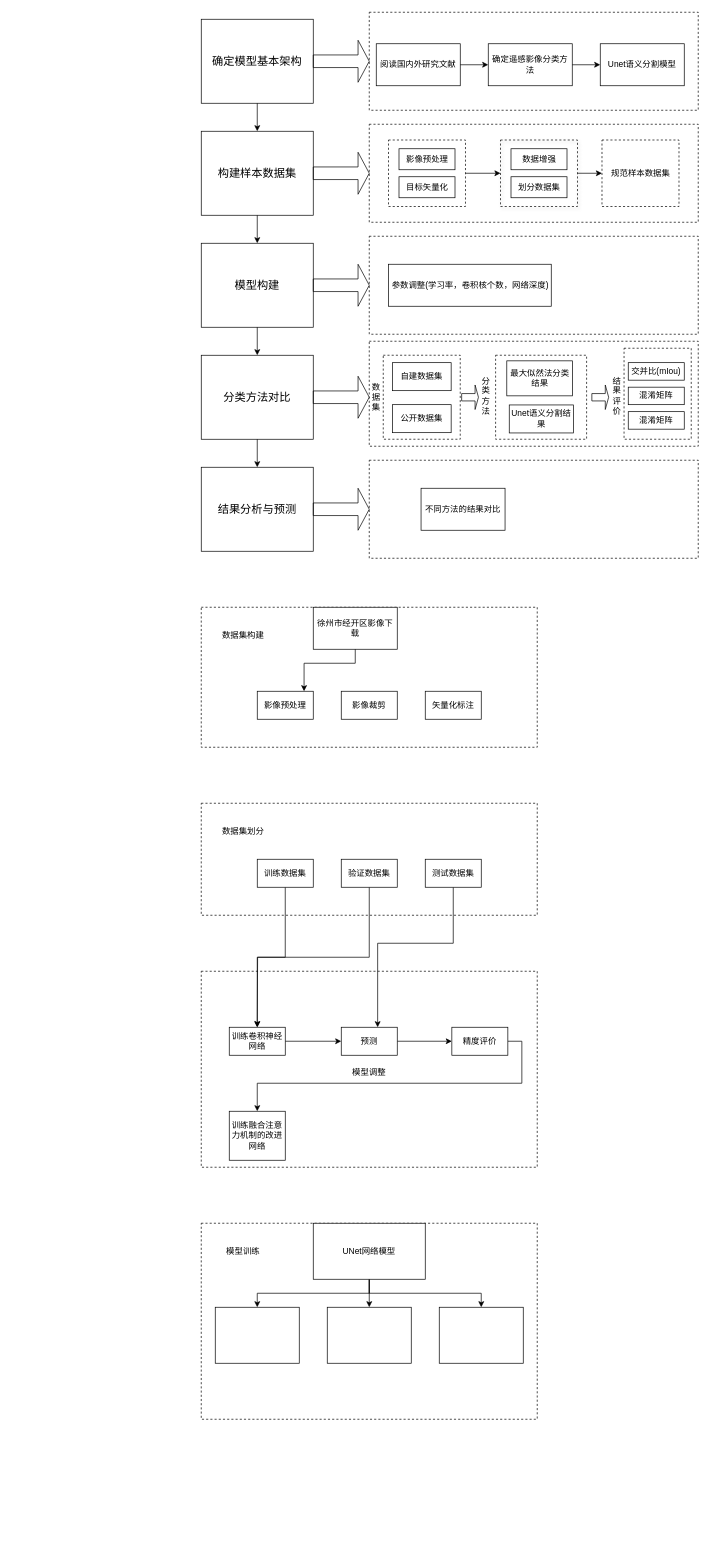
The draw.io diagram 流程图.drawio in postgraduate1/Unet, before the edit. Source tidied: cells renumbered, new cells numbered last; positions are measured from the earlier drawing's top-left corner, leaving out a move shared by most shapes. Both pictures are drawn from the tidied source at 70%, with x=0, y=0 at pixel (201, 12).
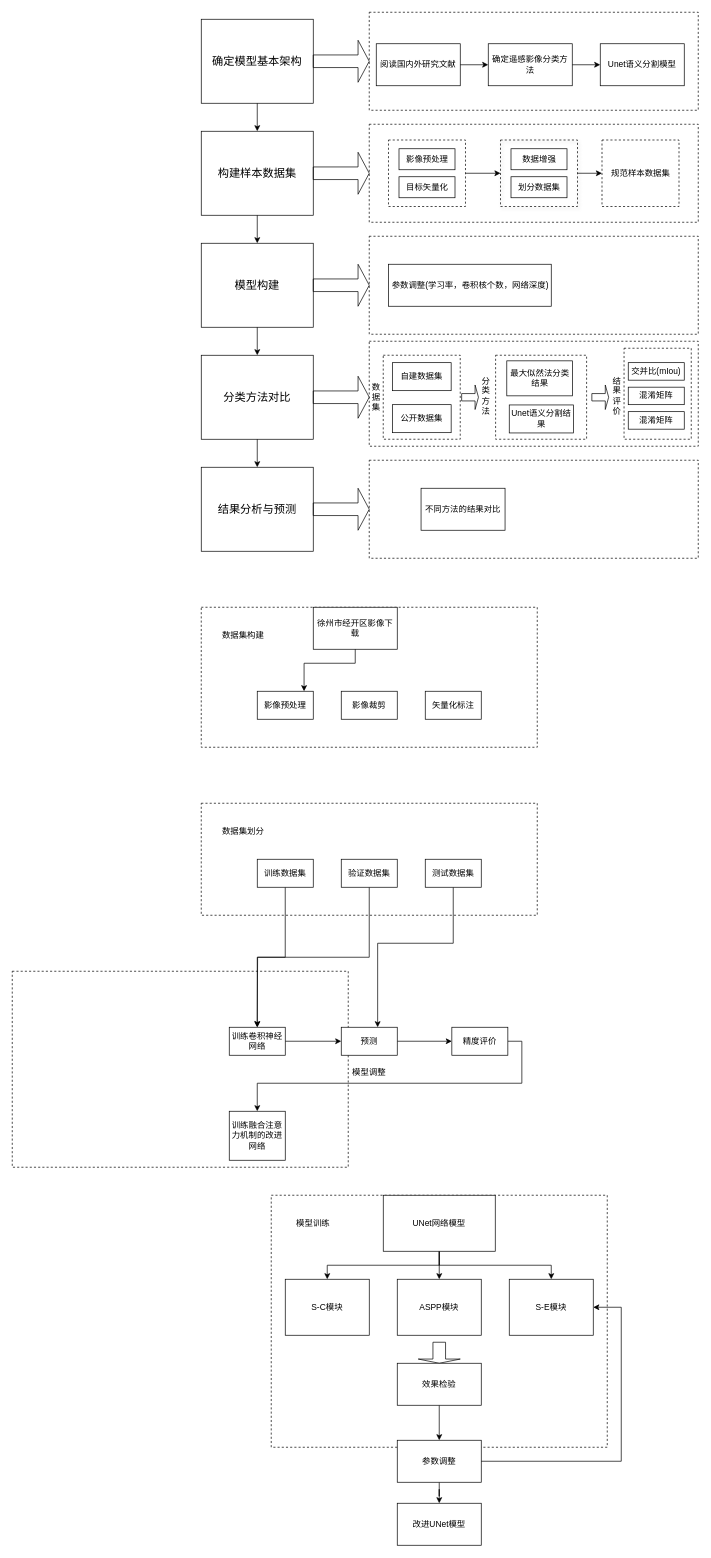
Above is the later version.

Commit message:
更新流程图.drawio

Change to the diagram source:
```diff
@@
     <mxCell id="2" style="rounded=0;whiteSpace=wrap;html=1;dashed=1;fillColor=none;" parent="1" vertex="1">
-      <mxGeometry y="1370" width="480" height="280" as="geometry" />
+      <mxGeometry x="-270" y="1370" width="480" height="280" as="geometry" />
     </mxCell>
@@
     <mxCell id="76" style="rounded=0;whiteSpace=wrap;html=1;dashed=1;fillColor=none;" parent="1" vertex="1">
-      <mxGeometry y="1730" width="480" height="280" as="geometry" />
+      <mxGeometry x="100" y="1690" width="480" height="360" as="geometry" />
     </mxCell>
     <mxCell id="77" value="模型训练" style="text;html=1;strokeColor=none;fillColor=none;align=center;verticalAlign=middle;whiteSpace=wrap;rounded=0;" parent="1" vertex="1">
-      <mxGeometry y="1730" width="120" height="80" as="geometry" />
+      <mxGeometry x="100" y="1690" width="120" height="80" as="geometry" />
     </mxCell>
@@
     <mxCell id="81" value="UNet网络模型" style="rounded=0;whiteSpace=wrap;html=1;" parent="1" vertex="1">
-      <mxGeometry x="160" y="1730" width="160" height="80" as="geometry" />
+      <mxGeometry x="260" y="1690" width="160" height="80" as="geometry" />
     </mxCell>
-    <mxCell id="82" style="rounded=0;whiteSpace=wrap;html=1;" parent="1" vertex="1">
-      <mxGeometry x="180" y="1850" width="120" height="80" as="geometry" />
+    <mxCell id="82" value="ASPP模块" style="rounded=0;whiteSpace=wrap;html=1;" parent="1" vertex="1">
+      <mxGeometry x="280" y="1810" width="120" height="80" as="geometry" />
     </mxCell>
-    <mxCell id="83" style="rounded=0;whiteSpace=wrap;html=1;" parent="1" vertex="1">
-      <mxGeometry x="340" y="1850" width="120" height="80" as="geometry" />
+    <mxCell id="83" value="S-E模块" style="rounded=0;whiteSpace=wrap;html=1;" parent="1" vertex="1">
+      <mxGeometry x="440" y="1810" width="120" height="80" as="geometry" />
     </mxCell>
-    <mxCell id="84" style="rounded=0;whiteSpace=wrap;html=1;" parent="1" vertex="1">
-      <mxGeometry x="20" y="1850" width="120" height="80" as="geometry" />
+    <mxCell id="84" value="S-C模块" style="rounded=0;whiteSpace=wrap;html=1;" parent="1" vertex="1">
+      <mxGeometry x="120" y="1810" width="120" height="80" as="geometry" />
     </mxCell>
+    <mxCell id="85" style="edgeStyle=orthogonalEdgeStyle;rounded=0;jettySize=auto;html=1;" parent="1" edge="1" source="86" target="88">
+      <mxGeometry relative="1" as="geometry" />
+    </mxCell>
+    <mxCell id="86" style="shape=singleArrow;direction=south;whiteSpace=wrap;html=1;" parent="1" vertex="1">
+      <mxGeometry x="310" y="1900" width="60" height="30" as="geometry" />
+    </mxCell>
+    <mxCell id="87" style="edgeStyle=orthogonalEdgeStyle;rounded=0;jettySize=auto;html=1;" parent="1" edge="1" source="88" target="90">
+      <mxGeometry relative="1" as="geometry" />
+    </mxCell>
+    <mxCell id="88" value="效果检验" style="whiteSpace=wrap;html=1;" parent="1" vertex="1">
+      <mxGeometry x="280" y="1930" width="120" height="60" as="geometry" />
+    </mxCell>
+    <mxCell id="89" style="edgeStyle=orthogonalEdgeStyle;rounded=0;jettySize=auto;html=1;" parent="1" edge="1" source="90" target="92">
+      <mxGeometry relative="1" as="geometry" />
+    </mxCell>
+    <mxCell id="90" value="参数调整" style="whiteSpace=wrap;html=1;" parent="1" vertex="1">
+      <mxGeometry x="280" y="2040" width="120" height="60" as="geometry" />
+    </mxCell>
+    <mxCell id="91" style="edgeStyle=orthogonalEdgeStyle;rounded=0;jettySize=auto;html=1;exitX=1;exitY=0.5;exitDx=0;exitDy=0;entryX=1;entryY=0.5;entryDx=0;entryDy=0;" parent="1" edge="1" source="90" target="83">
+      <mxGeometry relative="1" as="geometry">
+        <Array as="points">
+          <mxPoint x="600" y="2070" />
+          <mxPoint x="600" y="1850" />
+        </Array>
+      </mxGeometry>
+    </mxCell>
+    <mxCell id="92" value="改进UNet模型" style="whiteSpace=wrap;html=1;" parent="1" vertex="1">
+      <mxGeometry x="280" y="2130" width="120" height="60" as="geometry" />
+    </mxCell>
```
